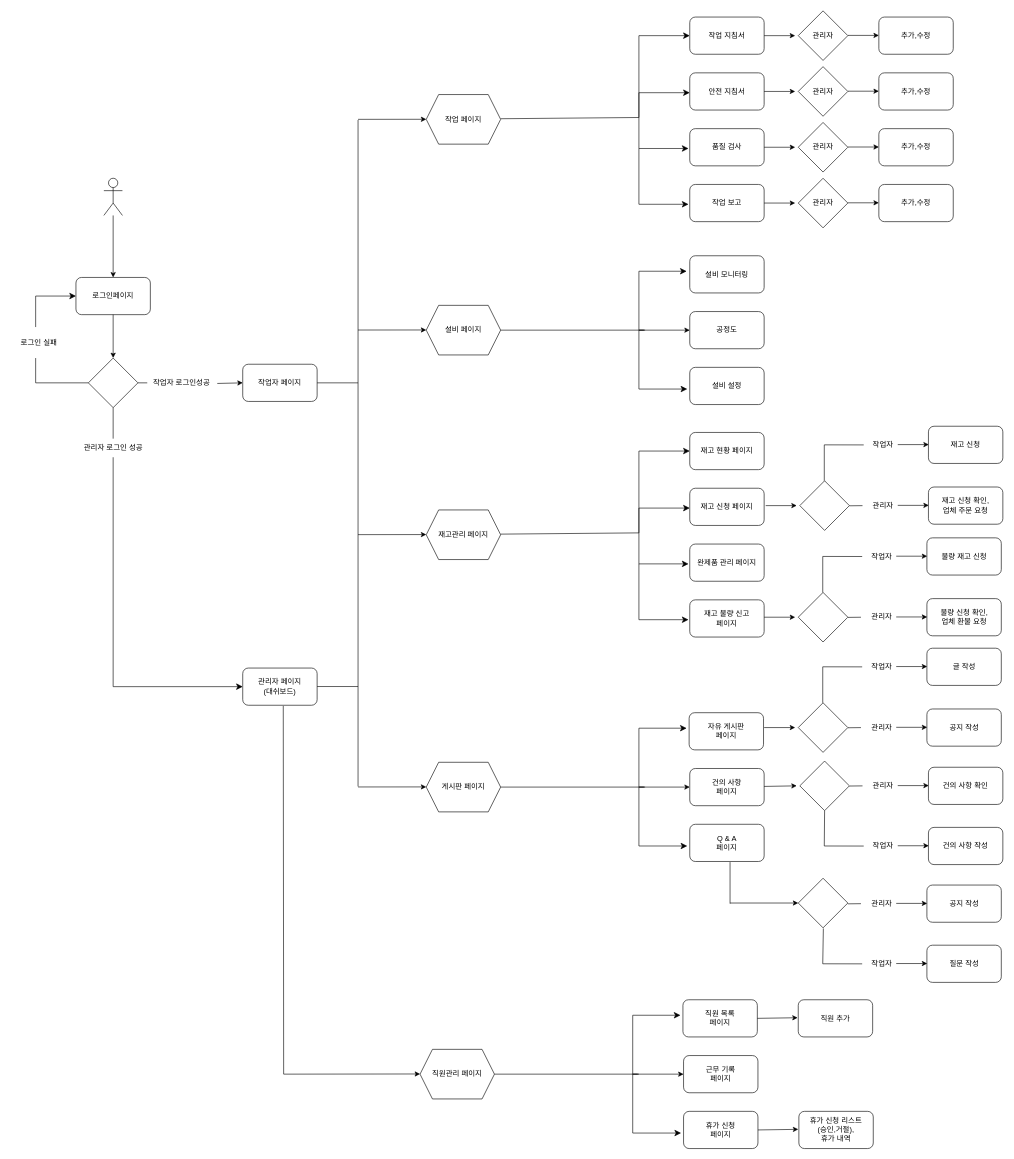
This is 제목 없는 다이어그램2.drawio from jjh053/Unchild, a draw.io file, before an edit. Source tidied: cells renumbered, new cells numbered last; positions are measured from the earlier drawing's top-left corner, leaving out a move shared by most shapes. Both pictures are drawn from the tidied source at 62%, with x=0, y=0 at pixel (11, 11).
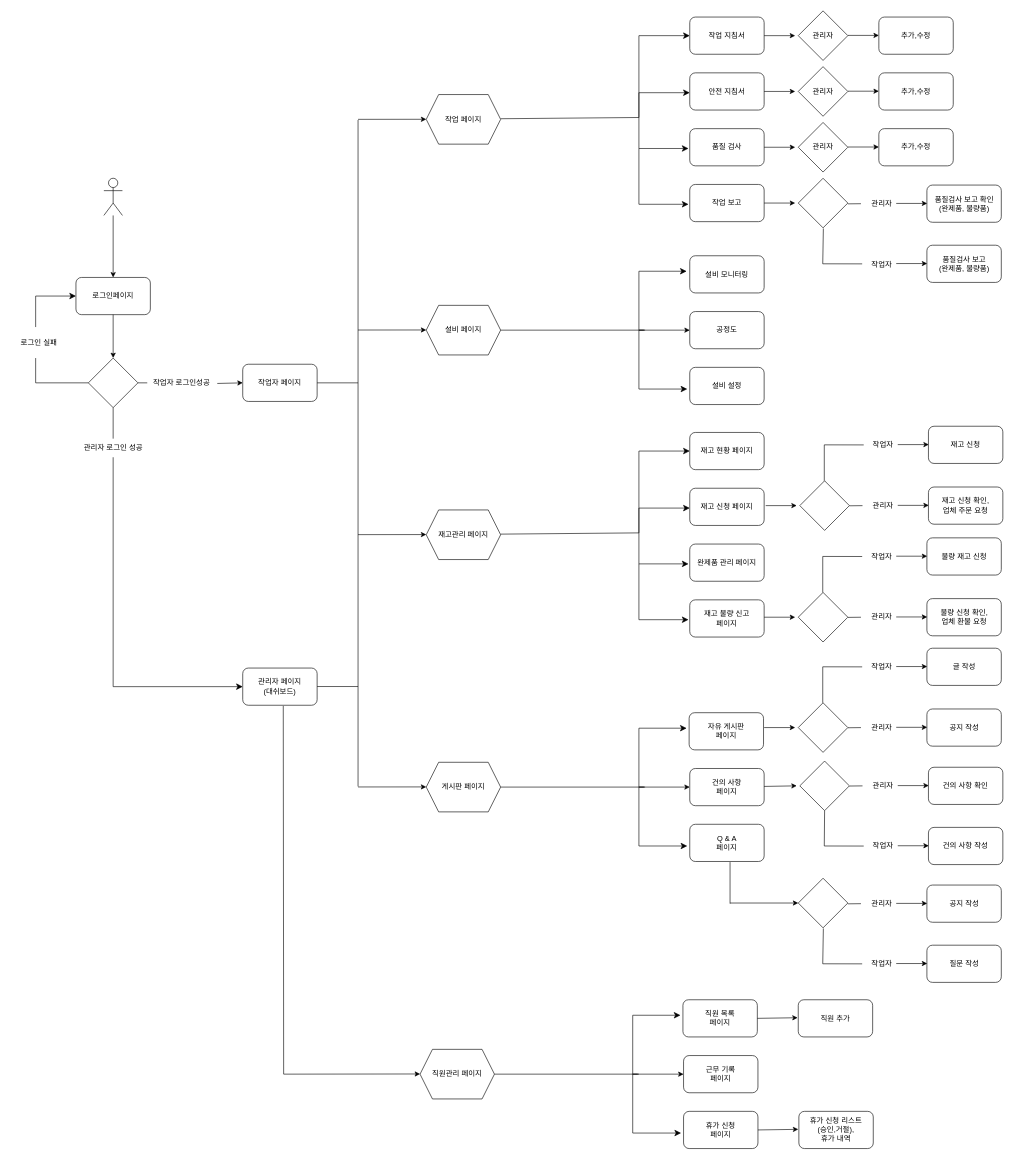
The same diagram, later.

Commit message:
제목 없는 다이어그램2.drawio이 추가되었습니다.

The edit, as a diff of the source:
```diff
@@
-    <mxCell id="53" value="관리자" style="rhombus;whiteSpace=wrap;html=1;" parent="1" vertex="1">
-      <mxGeometry x="1270" y="270" width="80" height="80" as="geometry" />
-    </mxCell>
-    <mxCell id="54" style="endArrow=classic;html=1;rounded=0;" parent="1" edge="1">
-      <mxGeometry relative="1" as="geometry">
-        <mxPoint x="1350" y="309.6" as="sourcePoint" />
-        <mxPoint x="1400" y="309.6" as="targetPoint" />
-      </mxGeometry>
-    </mxCell>
-    <mxCell id="55" value="추가,수정" style="rounded=1;whiteSpace=wrap;html=1;" parent="1" vertex="1">
-      <mxGeometry x="1400" y="280" width="120" height="60" as="geometry" />
-    </mxCell>
@@
+    <mxCell id="145" style="endArrow=none;html=1;rounded=0;exitX=0.5;exitY=1;exitDx=0;exitDy=0;" parent="1" edge="1">
+      <mxGeometry relative="1" as="geometry">
+        <mxPoint x="1310.5" y="351" as="sourcePoint" />
+        <mxPoint x="1309.5" y="408" as="targetPoint" />
+      </mxGeometry>
+    </mxCell>
+    <mxCell id="146" style="endArrow=none;html=1;rounded=0;entryX=-0.056;entryY=0.502;entryDx=0;entryDy=0;entryPerimeter=0;" parent="1" edge="1" target="53">
+      <mxGeometry relative="1" as="geometry">
+        <mxPoint x="1350" y="311.3" as="sourcePoint" />
+      </mxGeometry>
+    </mxCell>
+    <mxCell id="53" value="관리자" style="text;html=1;strokeColor=none;fillColor=none;align=center;verticalAlign=middle;whiteSpace=wrap;rounded=0;" parent="1" vertex="1">
+      <mxGeometry x="1374.5" y="296" width="60" height="30" as="geometry" />
+    </mxCell>
+    <mxCell id="147" style="endArrow=classic;html=1;rounded=0;" parent="1" edge="1">
+      <mxGeometry relative="1" as="geometry">
+        <mxPoint x="1428" y="310.6" as="sourcePoint" />
+        <mxPoint x="1478" y="310.6" as="targetPoint" />
+      </mxGeometry>
+    </mxCell>
+    <mxCell id="148" style="endArrow=classic;html=1;rounded=0;" parent="1" edge="1">
+      <mxGeometry relative="1" as="geometry">
+        <mxPoint x="1428" y="407.6" as="sourcePoint" />
+        <mxPoint x="1478" y="407.6" as="targetPoint" />
+      </mxGeometry>
+    </mxCell>
+    <mxCell id="149" style="endArrow=none;html=1;rounded=0;entryX=-0.056;entryY=0.502;entryDx=0;entryDy=0;entryPerimeter=0;" parent="1" edge="1">
+      <mxGeometry relative="1" as="geometry">
+        <mxPoint x="1309.5" y="408" as="sourcePoint" />
+        <mxPoint x="1373.1" y="408.1" as="targetPoint" />
+      </mxGeometry>
+    </mxCell>
+    <mxCell id="150" value="품질검사 보고 확인&lt;br&gt;(완제품, 불량품)" style="rounded=1;whiteSpace=wrap;html=1;" parent="1" vertex="1">
+      <mxGeometry x="1477.5" y="281" width="120" height="60" as="geometry" />
+    </mxCell>
+    <mxCell id="151" value="품질검사 보고&lt;br&gt;(완제품, 불량품)" style="rounded=1;whiteSpace=wrap;html=1;" parent="1" vertex="1">
+      <mxGeometry x="1477.5" y="378" width="120" height="60" as="geometry" />
+    </mxCell>
+    <mxCell id="152" style="rhombus;whiteSpace=wrap;html=1;" parent="1" vertex="1">
+      <mxGeometry x="1270" y="270" width="80" height="80" as="geometry" />
+    </mxCell>
+    <mxCell id="153" value="작업자" style="text;html=1;strokeColor=none;fillColor=none;align=center;verticalAlign=middle;whiteSpace=wrap;rounded=0;" parent="1" vertex="1">
+      <mxGeometry x="1374.5" y="395" width="60" height="30" as="geometry" />
+    </mxCell>
```
